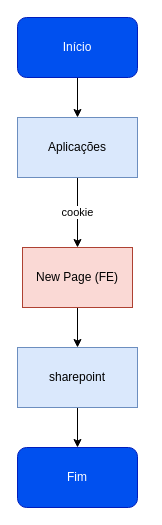
Above: page "Visualizar ficheiros" (2 of 3) of Diagrama sem nome.drawio in deviniciuss/AndroidHistory (draw.io), before the change. Source tidied: cells renumbered, new cells numbered last; positions are measured from the earlier drawing's top-left corner, leaving out a move shared by most shapes. Both pictures are drawn from the tidied source at 100%, with x=0, y=0 at pixel (17, 17).
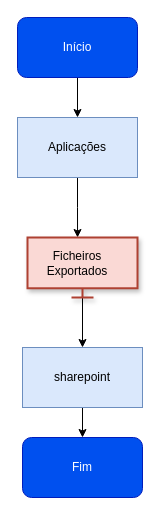
The same diagram, later.

What changed in the source:
```diff
@@
 <mxGraphModel>
   <root>
     <mxCell id="0" />
     <mxCell id="1" parent="0" />
     <mxCell id="2" style="edgeStyle=orthogonalEdgeStyle;rounded=0;jettySize=auto;html=1;" parent="1" edge="1" source="3" target="5">
       <mxGeometry relative="1" as="geometry" />
     </mxCell>
     <mxCell id="3" value="Início" style="rounded=1;whiteSpace=wrap;html=1;fillColor=#0050ef;fontColor=#ffffff;strokeColor=#001DBC;" parent="1" vertex="1">
       <mxGeometry width="120" height="60" as="geometry" />
     </mxCell>
-    <mxCell id="4" value="cookie" style="edgeStyle=orthogonalEdgeStyle;rounded=0;jettySize=auto;html=1;exitX=0.5;exitY=1;exitDx=0;exitDy=0;entryX=0.5;entryY=0;entryDx=0;entryDy=0;" parent="1" edge="1" source="5" target="7">
-      <mxGeometry relative="1" as="geometry" />
-    </mxCell>
+    <mxCell id="11" style="edgeStyle=orthogonalEdgeStyle;rounded=0;jettySize=auto;html=1;exitX=0.5;exitY=1;exitDx=0;exitDy=0;entryX=0.455;entryY=0;entryDx=0;entryDy=0;entryPerimeter=0;" parent="1" edge="1" source="5" target="13">
+      <mxGeometry relative="1" as="geometry" />
+    </mxCell>
     <mxCell id="5" value="Aplicações&lt;br&gt;" style="rounded=0;whiteSpace=wrap;html=1;fillColor=#dae8fc;strokeColor=#6c8ebf;" parent="1" vertex="1">
       <mxGeometry y="100" width="120" height="60" as="geometry" />
     </mxCell>
-    <mxCell id="6" style="edgeStyle=orthogonalEdgeStyle;rounded=0;jettySize=auto;html=1;exitX=0.5;exitY=1;exitDx=0;exitDy=0;entryX=0.5;entryY=0;entryDx=0;entryDy=0;" parent="1" edge="1" source="7" target="10">
-      <mxGeometry relative="1" as="geometry" />
-    </mxCell>
-    <mxCell id="7" value="New Page (FE)" style="rounded=0;whiteSpace=wrap;html=1;fillColor=#fad9d5;strokeColor=#ae4132;" parent="1" vertex="1">
-      <mxGeometry x="5" y="230" width="110" height="60" as="geometry" />
-    </mxCell>
     <mxCell id="8" value="Fim&lt;br&gt;" style="rounded=1;whiteSpace=wrap;html=1;fillColor=#0050ef;fontColor=#ffffff;strokeColor=#001DBC;" parent="1" vertex="1">
-      <mxGeometry y="430" width="120" height="60" as="geometry" />
+      <mxGeometry x="5" y="420" width="120" height="60" as="geometry" />
     </mxCell>
     <mxCell id="9" style="edgeStyle=orthogonalEdgeStyle;rounded=0;jettySize=auto;html=1;exitX=0.5;exitY=1;exitDx=0;exitDy=0;" parent="1" edge="1" source="10" target="8">
       <mxGeometry relative="1" as="geometry" />
     </mxCell>
     <mxCell id="10" value="sharepoint" style="rounded=0;whiteSpace=wrap;html=1;fillColor=#dae8fc;strokeColor=#6c8ebf;" parent="1" vertex="1">
-      <mxGeometry y="330" width="120" height="60" as="geometry" />
+      <mxGeometry x="5" y="330" width="120" height="60" as="geometry" />
     </mxCell>
+    <mxCell id="12" style="edgeStyle=orthogonalEdgeStyle;rounded=0;jettySize=auto;html=1;entryX=0.5;entryY=0;entryDx=0;entryDy=0;" parent="1" edge="1" source="13" target="10">
+      <mxGeometry relative="1" as="geometry" />
+    </mxCell>
+    <mxCell id="13" style="html=1;verticalLabelPosition=bottom;align=center;labelBackgroundColor=#ffffff;verticalAlign=top;strokeWidth=2;strokeColor=#ae4132;shadow=1;dashed=0;shape=mxgraph.ios7.icons.monitor;fillColor=#fad9d5;" parent="1" vertex="1">
+      <mxGeometry x="10" y="220" width="110" height="60" as="geometry" />
+    </mxCell>
+    <mxCell id="14" value="Ficheiros Exportados" style="text;html=1;strokeColor=none;fillColor=none;align=center;verticalAlign=middle;whiteSpace=wrap;rounded=0;" parent="1" vertex="1">
+      <mxGeometry x="30" y="231" width="60" height="30" as="geometry" />
+    </mxCell>
   </root>
 </mxGraphModel>
```
